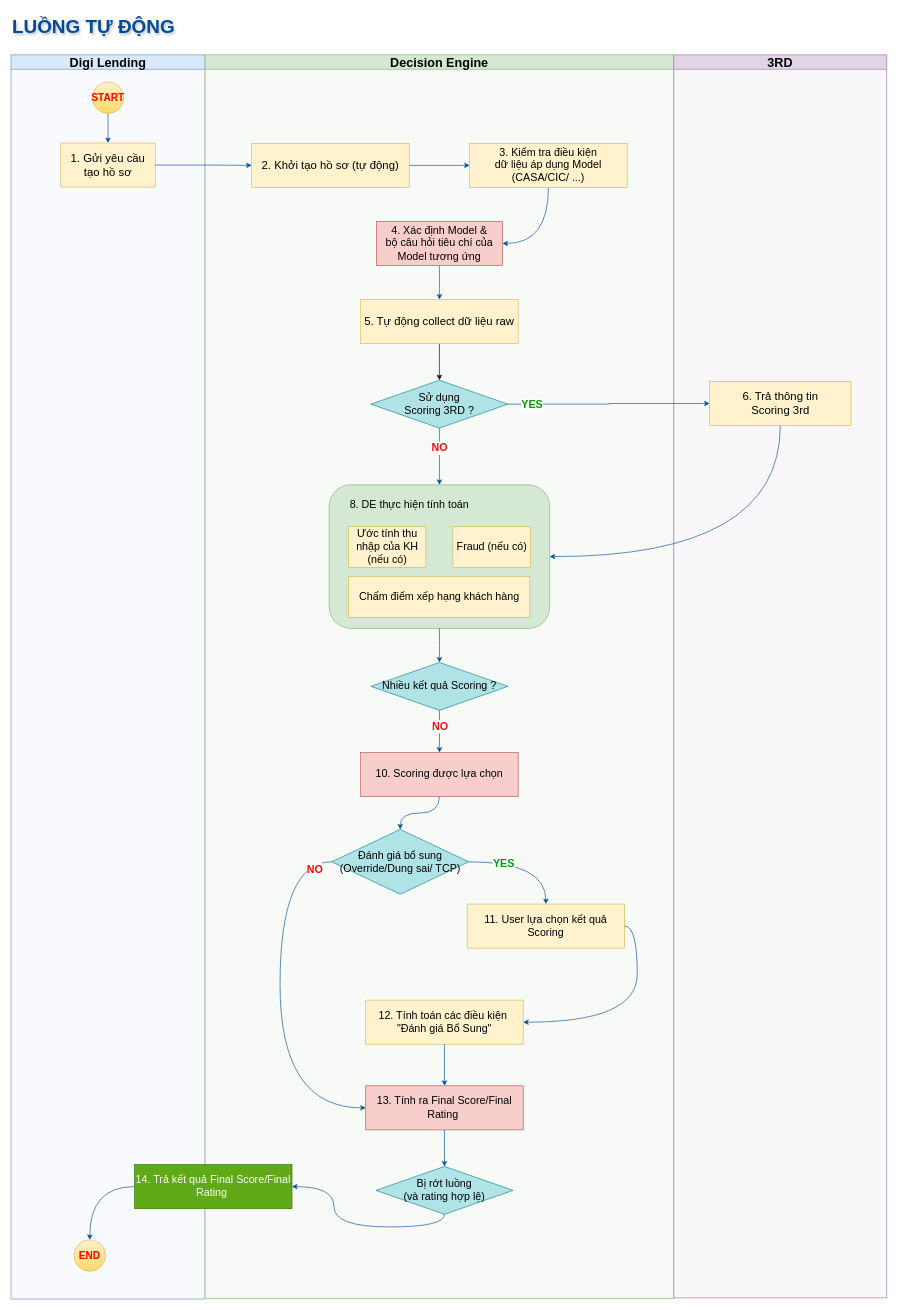
Before: page "Auto Flow" (5 of 5) of DeBuy_Model.drawio in anmvk58/draw_io, a draw.io diagram. Source tidied: cells renumbered, new cells numbered last; positions are measured from the earlier drawing's top-left corner, leaving out a move shared by most shapes. Both pictures are drawn from the tidied source at 63%, with x=0, y=0 at pixel (11, 11).
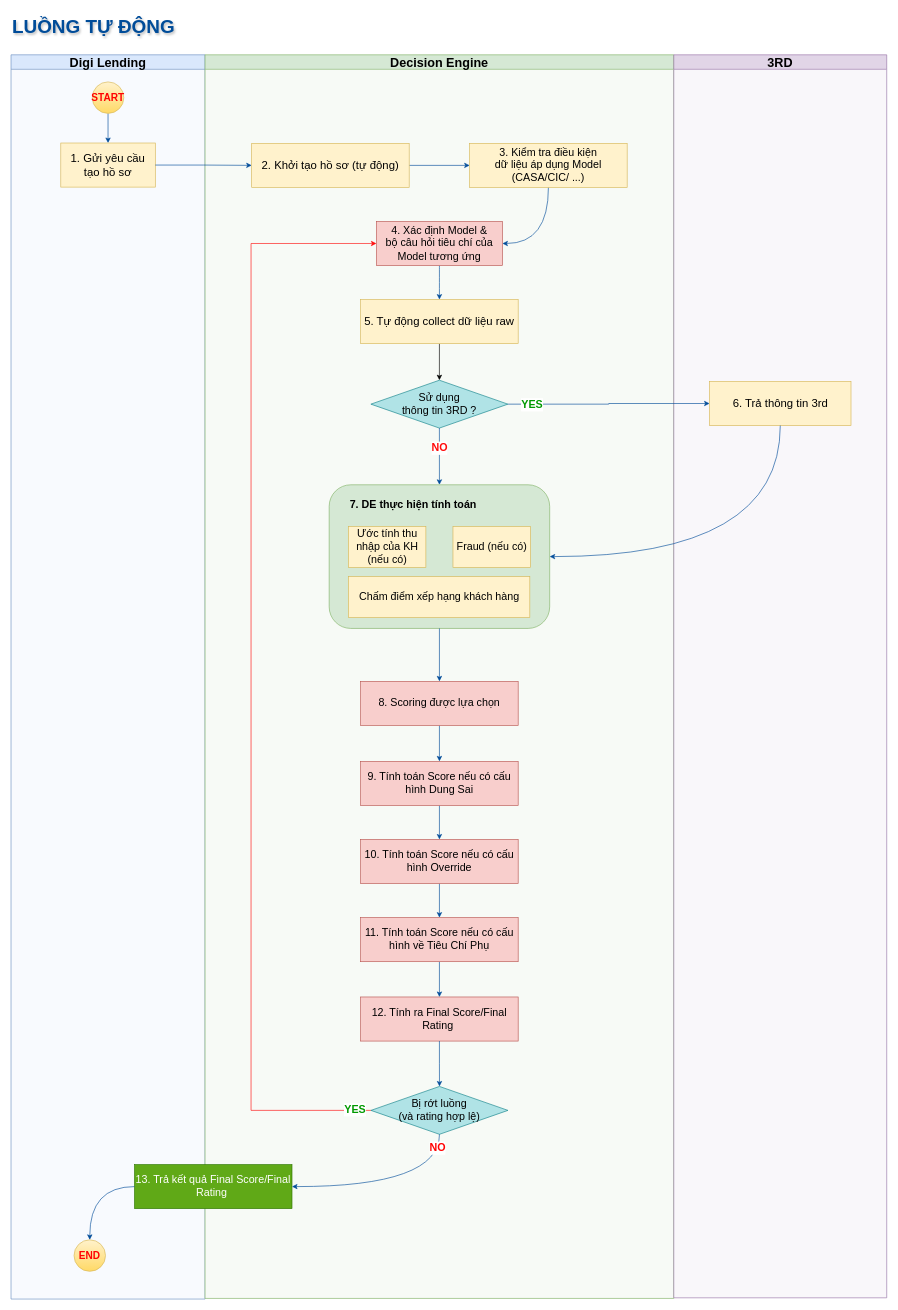
The same diagram, later.

The change refers to these unchanged cells:
```xml
<mxCell id="7" value="Decision Engine" style="swimlane;whiteSpace=wrap;html=1;fillColor=#d5e8d4;strokeColor=#82b366;swimlaneFillColor=#f7faf6;fontSize=20;" parent="1" vertex="1">
  <mxGeometry x="308" y="69.5" width="744" height="1974" as="geometry" />
</mxCell>
<mxCell id="13" value="4. Xác định Model &amp;amp;&lt;br&gt;bộ câu hỏi tiêu chí của Model tương ứng" style="rounded=0;whiteSpace=wrap;html=1;fontSize=17;fillColor=#f8cecc;strokeColor=#b85450;" parent="7" vertex="1">
  <mxGeometry x="272" y="264.5" width="200" height="70" as="geometry" />
</mxCell>
<mxCell id="24" style="group;" parent="7" vertex="1">
  <mxGeometry x="197" y="682.5" width="350" height="228" as="geometry" />
</mxCell>
<mxCell id="25" style="rounded=1;whiteSpace=wrap;html=1;fillColor=#d5e8d4;strokeColor=#82b366;" parent="24" vertex="1">
  <mxGeometry width="350" height="228" as="geometry" />
</mxCell>
<mxCell id="45" value="3RD" style="swimlane;whiteSpace=wrap;html=1;fillColor=#e1d5e7;strokeColor=#9673a6;swimlaneFillColor=#F9F7FA;fontSize=20;" parent="1" vertex="1">
  <mxGeometry x="1052" y="69.5" width="338" height="1973" as="geometry" />
</mxCell>
```

The edit, as a diff of the source:
```diff
@@
-    <mxCell id="16" value="Sử dụng&lt;div&gt;Scoring 3RD ?&lt;/div&gt;" style="rhombus;whiteSpace=wrap;html=1;fillColor=#b0e3e6;strokeColor=#0e8088;fontSize=17;" parent="7" vertex="1">
+    <mxCell id="16" value="Sử dụng&lt;div&gt;thông tin 3RD ?&lt;/div&gt;" style="rhombus;whiteSpace=wrap;html=1;fillColor=#b0e3e6;strokeColor=#0e8088;fontSize=17;" parent="7" vertex="1">
       <mxGeometry x="263.2" y="516.5" width="217.5" height="76" as="geometry" />
     </mxCell>
-    <mxCell id="17" style="edgeStyle=orthogonalEdgeStyle;rounded=0;jettySize=auto;html=1;exitX=1;exitY=0.5;exitDx=0;exitDy=0;entryX=0.5;entryY=0;entryDx=0;entryDy=0;strokeColor=#004C99;curved=1;" parent="7" edge="1" source="19" target="20">
-      <mxGeometry relative="1" as="geometry" />
-    </mxCell>
-    <mxCell id="18" value="YES" style="edgeLabel;html=1;align=center;verticalAlign=middle;fontStyle=1;fontSize=17;fontColor=#009900;" parent="17" vertex="1">
-      <mxGeometry x="-0.28" y="1" relative="1" as="geometry">
-        <mxPoint x="-13" y="4" as="offset" />
-      </mxGeometry>
-    </mxCell>
-    <mxCell id="19" value="Đánh giá bổ sung&lt;div&gt;(Override/Dung sai/ TCP)&lt;/div&gt;" style="rhombus;whiteSpace=wrap;html=1;fillColor=#b0e3e6;strokeColor=#0e8088;fontSize=17;" parent="7" vertex="1">
-      <mxGeometry x="201" y="1229.5" width="217.5" height="103" as="geometry" />
-    </mxCell>
-    <mxCell id="20" value="11. User lựa chọn kết quả Scoring" style="rounded=0;whiteSpace=wrap;html=1;fontSize=17;fillColor=#fff2cc;strokeColor=#d6b656;" parent="7" vertex="1">
-      <mxGeometry x="416" y="1348" width="250" height="70" as="geometry" />
-    </mxCell>
-    <mxCell id="21" value="14. Trả kết quả Final Score/Final Rating&amp;nbsp;" style="rounded=0;whiteSpace=wrap;html=1;fontSize=17;fillColor=#60a917;strokeColor=#2D7600;fontColor=#ffffff;" parent="7" vertex="1">
+    <mxCell id="21" value="13. Trả kết quả Final Score/Final Rating&amp;nbsp;" style="rounded=0;whiteSpace=wrap;html=1;fontSize=17;fillColor=#60a917;strokeColor=#2D7600;fontColor=#ffffff;" parent="7" vertex="1">
       <mxGeometry x="-112" y="1761.5" width="250" height="70" as="geometry" />
     </mxCell>
@@
-    <mxCell id="26" value="8. DE thực hiện tính toán" style="text;html=1;align=left;verticalAlign=middle;whiteSpace=wrap;rounded=0;fontSize=17;" parent="24" vertex="1">
+    <mxCell id="26" value="&lt;b&gt;7. DE thực hiện tính toán&lt;/b&gt;" style="text;html=1;align=left;verticalAlign=middle;whiteSpace=wrap;rounded=0;fontSize=17;" parent="24" vertex="1">
       <mxGeometry x="30.5" y="17.2" width="288" height="30" as="geometry" />
     </mxCell>
@@
-    <mxCell id="30" value="Nhiều kết quả Scoring ?" style="rhombus;whiteSpace=wrap;html=1;fillColor=#b0e3e6;strokeColor=#0e8088;fontSize=17;" parent="7" vertex="1">
-      <mxGeometry x="263.3" y="964.5" width="217.5" height="76" as="geometry" />
-    </mxCell>
-    <mxCell id="31" style="edgeStyle=orthogonalEdgeStyle;rounded=0;jettySize=auto;html=1;exitX=0.5;exitY=1;exitDx=0;exitDy=0;entryX=0.5;entryY=0;entryDx=0;entryDy=0;strokeColor=#004C99;" parent="7" edge="1" source="25" target="30">
+    <mxCell id="31" style="edgeStyle=orthogonalEdgeStyle;rounded=0;jettySize=auto;html=1;exitX=0.5;exitY=1;exitDx=0;exitDy=0;entryX=0.5;entryY=0;entryDx=0;entryDy=0;strokeColor=#004C99;" parent="7" edge="1" source="25" target="32">
       <mxGeometry relative="1" as="geometry" />
     </mxCell>
+    <mxCell id="53" style="edgeStyle=orthogonalEdgeStyle;rounded=0;jettySize=auto;html=1;exitX=0.5;exitY=1;exitDx=0;exitDy=0;entryX=0.5;entryY=0;entryDx=0;entryDy=0;strokeColor=#004C99;" parent="7" edge="1" source="32" target="56">
+      <mxGeometry relative="1" as="geometry" />
+    </mxCell>
-    <mxCell id="32" value="10. Scoring được lựa chọn" style="rounded=0;whiteSpace=wrap;html=1;fontSize=17;fillColor=#f8cecc;strokeColor=#b85450;" parent="7" vertex="1">
-      <mxGeometry x="247" y="1107.5" width="250" height="70" as="geometry" />
+    <mxCell id="32" value="8. Scoring được lựa chọn" style="rounded=0;whiteSpace=wrap;html=1;fontSize=17;fillColor=#f8cecc;strokeColor=#b85450;" parent="7" vertex="1">
+      <mxGeometry x="247" y="994.5" width="250" height="70" as="geometry" />
     </mxCell>
-    <mxCell id="33" style="edgeStyle=orthogonalEdgeStyle;rounded=0;jettySize=auto;html=1;exitX=0.5;exitY=1;exitDx=0;exitDy=0;entryX=0.5;entryY=0;entryDx=0;entryDy=0;curved=1;strokeColor=#004C99;" parent="7" edge="1" source="32" target="19">
-      <mxGeometry relative="1" as="geometry" />
-    </mxCell>
-    <mxCell id="34" style="edgeStyle=orthogonalEdgeStyle;rounded=0;jettySize=auto;html=1;exitX=0.5;exitY=1;exitDx=0;exitDy=0;entryX=0.5;entryY=0;entryDx=0;entryDy=0;fontStyle=1;strokeColor=#004C99;" parent="7" edge="1" source="30" target="32">
-      <mxGeometry relative="1" as="geometry" />
-    </mxCell>
-    <mxCell id="35" value="&lt;span&gt;NO&lt;/span&gt;" style="edgeLabel;html=1;align=center;verticalAlign=middle;fontSize=17;fontColor=#FF0A0A;fontStyle=1;" parent="34" vertex="1">
-      <mxGeometry x="-0.33" y="-1" relative="1" as="geometry">
-        <mxPoint x="1" y="3" as="offset" />
-      </mxGeometry>
-    </mxCell>
-    <mxCell id="36" value="12. Tính toán các điều kiện&amp;nbsp;&lt;div&gt;&quot;Đánh giá Bổ Sung&quot;&lt;/div&gt;" style="rounded=0;whiteSpace=wrap;html=1;fontSize=17;fillColor=#fff2cc;strokeColor=#d6b656;" parent="7" vertex="1">
-      <mxGeometry x="255" y="1500.5" width="250" height="70" as="geometry" />
-    </mxCell>
-    <mxCell id="37" value="13. Tính ra Final Score/Final Rating&amp;nbsp;" style="rounded=0;whiteSpace=wrap;html=1;fontSize=17;fillColor=#f8cecc;strokeColor=#b85450;" parent="7" vertex="1">
-      <mxGeometry x="255" y="1636.5" width="250" height="70" as="geometry" />
+    <mxCell id="37" value="12. Tính ra Final Score/Final Rating&amp;nbsp;" style="rounded=0;whiteSpace=wrap;html=1;fontSize=17;fillColor=#f8cecc;strokeColor=#b85450;" parent="7" vertex="1">
+      <mxGeometry x="247" y="1495.5" width="250" height="70" as="geometry" />
     </mxCell>
+    <mxCell id="54" style="edgeStyle=orthogonalEdgeStyle;rounded=0;jettySize=auto;html=1;exitX=0;exitY=0.5;exitDx=0;exitDy=0;entryX=0;entryY=0.5;entryDx=0;entryDy=0;strokeColor=#FF0A0A;" parent="7" edge="1" source="38" target="13">
+      <mxGeometry relative="1" as="geometry">
+        <Array as="points">
+          <mxPoint x="73" y="1676" />
+          <mxPoint x="73" y="300" />
+        </Array>
+      </mxGeometry>
+    </mxCell>
+    <mxCell id="18" value="YES" style="edgeLabel;html=1;align=center;verticalAlign=middle;fontStyle=1;fontSize=17;fontColor=#009900;" parent="54" vertex="1">
+      <mxGeometry x="-0.97" y="-2" relative="1" as="geometry" />
+    </mxCell>
     <mxCell id="38" value="Bị rớt luồng&lt;div&gt;(và&amp;nbsp;&lt;span style=&quot;background-color: initial;&quot;&gt;rating hợp lệ)&lt;/span&gt;&lt;/div&gt;" style="rhombus;whiteSpace=wrap;html=1;fillColor=#b0e3e6;strokeColor=#0e8088;fontSize=17;" parent="7" vertex="1">
-      <mxGeometry x="271.3" y="1764.5" width="217.5" height="76" as="geometry" />
+      <mxGeometry x="263.3" y="1637.5" width="217.5" height="76" as="geometry" />
     </mxCell>
-    <mxCell id="39" style="edgeStyle=orthogonalEdgeStyle;rounded=0;jettySize=auto;html=1;exitX=1;exitY=0.5;exitDx=0;exitDy=0;entryX=1;entryY=0.5;entryDx=0;entryDy=0;strokeColor=#004C99;curved=1;" parent="7" edge="1" source="20" target="36">
-      <mxGeometry relative="1" as="geometry" />
-    </mxCell>
-    <mxCell id="40" style="edgeStyle=orthogonalEdgeStyle;rounded=0;jettySize=auto;html=1;exitX=0;exitY=0.5;exitDx=0;exitDy=0;entryX=0;entryY=0.5;entryDx=0;entryDy=0;curved=1;strokeColor=#004C99;" parent="7" edge="1" source="19" target="37">
-      <mxGeometry relative="1" as="geometry">
-        <Array as="points">
-          <mxPoint x="119" y="1281" />
-          <mxPoint x="119" y="1672" />
-        </Array>
-      </mxGeometry>
-    </mxCell>
+    <mxCell id="43" style="edgeStyle=orthogonalEdgeStyle;rounded=0;jettySize=auto;html=1;exitX=0.5;exitY=1;exitDx=0;exitDy=0;entryX=1;entryY=0.5;entryDx=0;entryDy=0;elbow=vertical;curved=1;strokeColor=#004C99;fontStyle=1;fontSize=13;" parent="7" edge="1" source="38" target="21">
+      <mxGeometry relative="1" as="geometry" />
+    </mxCell>
-    <mxCell id="41" value="NO" style="edgeLabel;html=1;align=center;verticalAlign=middle;fontStyle=1;fontSize=17;fontColor=#FF0303;" parent="40" vertex="1">
-      <mxGeometry x="-0.92" y="8" relative="1" as="geometry">
-        <mxPoint x="-4" y="4" as="offset" />
-      </mxGeometry>
+    <mxCell id="41" value="NO" style="edgeLabel;html=1;align=center;verticalAlign=middle;fontStyle=1;fontSize=17;fontColor=#FF0303;" parent="43" vertex="1">
+      <mxGeometry x="-0.87" y="-4" relative="1" as="geometry" />
     </mxCell>
-    <mxCell id="42" style="edgeStyle=orthogonalEdgeStyle;rounded=0;jettySize=auto;html=1;exitX=0.5;exitY=1;exitDx=0;exitDy=0;entryX=0.5;entryY=0;entryDx=0;entryDy=0;strokeColor=#004C99;" parent="7" edge="1" source="36" target="37">
-      <mxGeometry relative="1" as="geometry" />
-    </mxCell>
-    <mxCell id="43" style="edgeStyle=orthogonalEdgeStyle;rounded=0;jettySize=auto;html=1;exitX=0.5;exitY=1;exitDx=0;exitDy=0;entryX=1;entryY=0.5;entryDx=0;entryDy=0;elbow=vertical;curved=1;strokeColor=#004C99;" parent="7" edge="1" source="38" target="21">
-      <mxGeometry relative="1" as="geometry" />
-    </mxCell>
@@
+    <mxCell id="55" style="edgeStyle=orthogonalEdgeStyle;rounded=0;jettySize=auto;html=1;exitX=0.5;exitY=1;exitDx=0;exitDy=0;entryX=0.5;entryY=0;entryDx=0;entryDy=0;strokeColor=#004C99;" parent="7" edge="1" source="56" target="58">
+      <mxGeometry relative="1" as="geometry" />
+    </mxCell>
+    <mxCell id="56" value="9. Tính toán Score nếu có cấu hình Dung Sai" style="rounded=0;whiteSpace=wrap;html=1;fontSize=17;fillColor=#f8cecc;strokeColor=#b85450;" parent="7" vertex="1">
+      <mxGeometry x="247" y="1121.5" width="250" height="70" as="geometry" />
+    </mxCell>
+    <mxCell id="57" style="edgeStyle=orthogonalEdgeStyle;rounded=0;jettySize=auto;html=1;exitX=0.5;exitY=1;exitDx=0;exitDy=0;entryX=0.5;entryY=0;entryDx=0;entryDy=0;strokeColor=#004C99;" parent="7" edge="1" source="58" target="60">
+      <mxGeometry relative="1" as="geometry" />
+    </mxCell>
+    <mxCell id="58" value="10. Tính toán Score nếu có cấu hình Override" style="rounded=0;whiteSpace=wrap;html=1;fontSize=17;fillColor=#f8cecc;strokeColor=#b85450;" parent="7" vertex="1">
+      <mxGeometry x="247" y="1245.5" width="250" height="70" as="geometry" />
+    </mxCell>
+    <mxCell id="59" style="edgeStyle=orthogonalEdgeStyle;rounded=0;jettySize=auto;html=1;exitX=0.5;exitY=1;exitDx=0;exitDy=0;entryX=0.5;entryY=0;entryDx=0;entryDy=0;strokeColor=#004C99;" parent="7" edge="1" source="60" target="37">
+      <mxGeometry relative="1" as="geometry" />
+    </mxCell>
+    <mxCell id="60" value="11. Tính toán Score nếu có cấu hình về Tiêu Chí Phụ" style="rounded=0;whiteSpace=wrap;html=1;fontSize=17;fillColor=#f8cecc;strokeColor=#b85450;" parent="7" vertex="1">
+      <mxGeometry x="247" y="1369.5" width="250" height="70" as="geometry" />
+    </mxCell>
@@
-    <mxCell id="46" value="6. Trả thông tin&lt;div&gt;Scoring 3rd&lt;/div&gt;" style="rounded=0;whiteSpace=wrap;html=1;fontSize=18;fillColor=#fff2cc;strokeColor=#d6b656;" parent="45" vertex="1">
+    <mxCell id="46" value="6. Trả thông tin&amp;nbsp;&lt;span style=&quot;background-color: initial;&quot;&gt;3rd&lt;/span&gt;" style="rounded=0;whiteSpace=wrap;html=1;fontSize=18;fillColor=#fff2cc;strokeColor=#d6b656;" parent="45" vertex="1">
       <mxGeometry x="56.8" y="518.5" width="224.5" height="70" as="geometry" />
     </mxCell>
```
